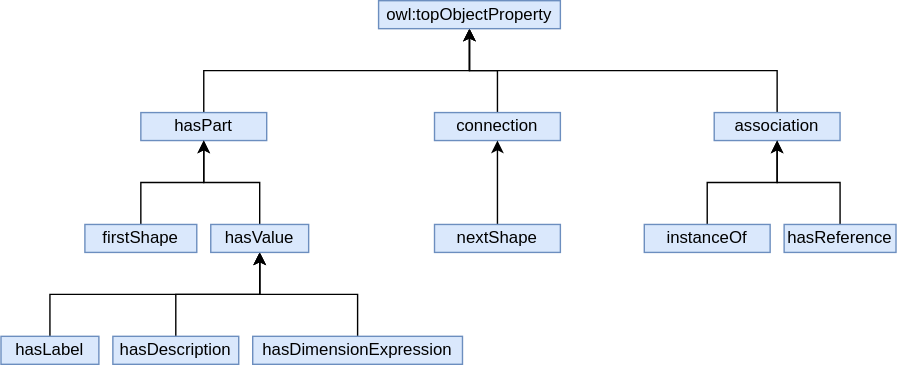
The draw.io diagram doc/figs/relations.svg in emmo-repo/domain-datamodel, before a commit. Source tidied: cells renumbered, new cells last; positions are measured from the earlier drawing's top-left corner, leaving out a move shared by most shapes.
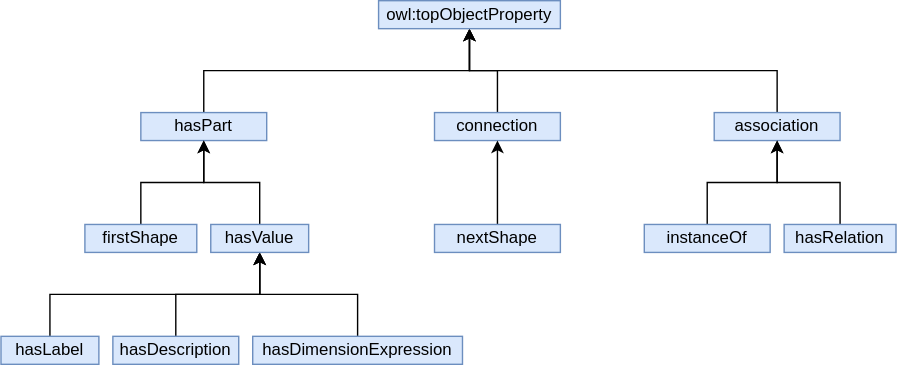
Above is the later version.

The edit, as a diff of the source:
```diff
@@ -59,7 +59,7 @@
     <mxCell id="20" style="edgeStyle=orthogonalEdgeStyle;rounded=0;jettySize=auto;html=1;" parent="1" edge="1" source="21" target="19">
       <mxGeometry relative="1" as="geometry" />
     </mxCell>
-    <mxCell id="21" value="hasReference" style="rounded=0;whiteSpace=wrap;html=1;fillColor=#dae8fc;strokeColor=#6c8ebf;" parent="1" vertex="1">
+    <mxCell id="21" value="hasRelation" style="rounded=0;whiteSpace=wrap;html=1;fillColor=#dae8fc;strokeColor=#6c8ebf;" parent="1" vertex="1">
       <mxGeometry x="560" y="160" width="80" height="20" as="geometry" />
     </mxCell>
     <mxCell id="22" style="edgeStyle=orthogonalEdgeStyle;rounded=0;jettySize=auto;html=1;" parent="1" edge="1" source="23" target="19">
```
